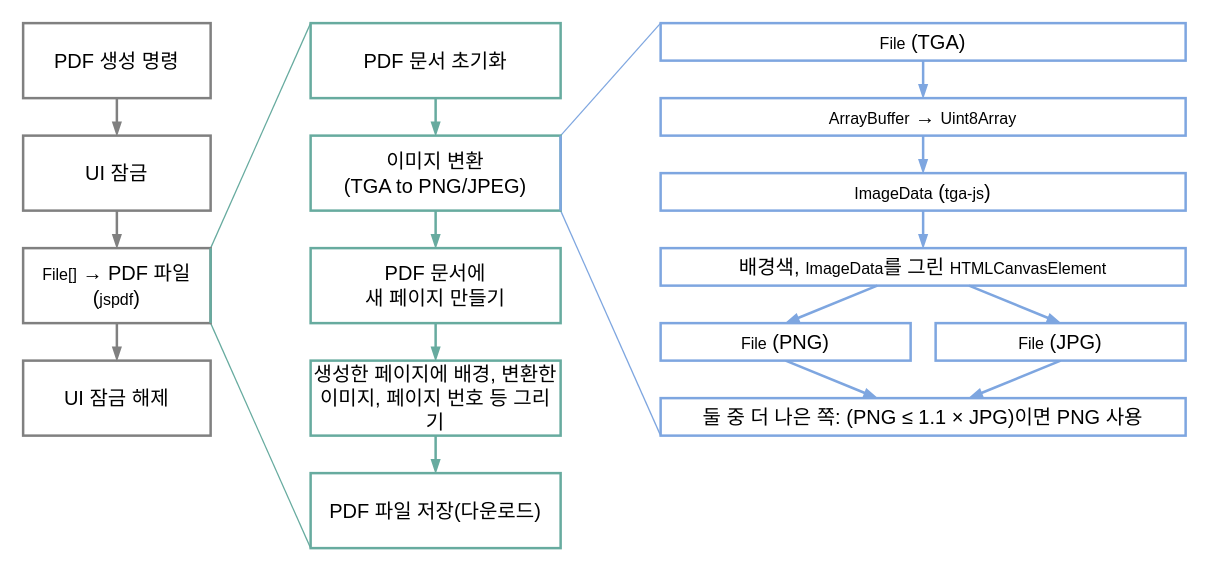
Above: page "pdf-build" (3 of 3) of doc/diagrams.drawio in yejunian/gencg-exported-image-group (draw.io), before the change. Source tidied: cells renumbered, new cells numbered last; positions are measured from the earlier drawing's top-left corner, leaving out a move shared by most shapes. Both pictures are drawn from the tidied source at 125%, with x=0, y=0 at pixel (22, 22).
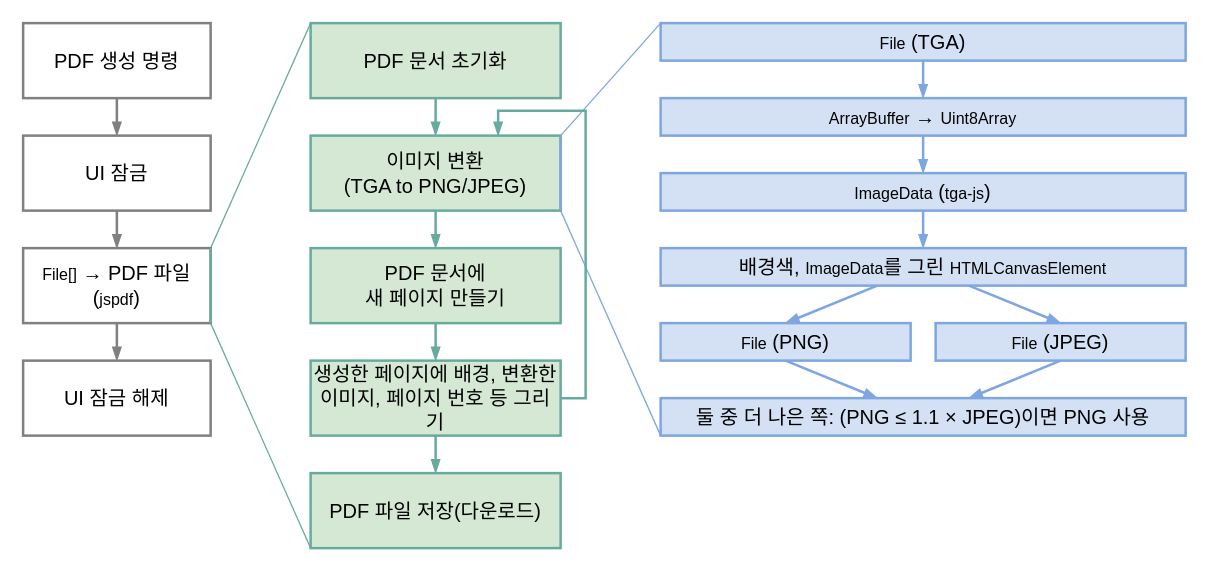
After the change.

Change to the diagram source:
```diff
@@
-    <mxCell id="7" value="PDF 문서 초기화" style="rounded=0;whiteSpace=wrap;html=1;fontFamily=Pretendard;fontSize=16;fontStyle=0;glass=0;shadow=0;backgroundOutline=0;strokeColor=#67AB9F;strokeWidth=2;" parent="1" vertex="1">
+    <mxCell id="7" value="PDF 문서 초기화" style="rounded=0;whiteSpace=wrap;html=1;fontFamily=Pretendard;fontSize=16;fontStyle=0;glass=0;shadow=0;backgroundOutline=0;strokeColor=#67AB9F;strokeWidth=2;fillColor=#D5E8D4;" parent="1" vertex="1">
       <mxGeometry x="230" width="200" height="60" as="geometry" />
     </mxCell>
@@
-    <mxCell id="11" value="이미지 변환&lt;br&gt;(TGA to PNG/JPEG)" style="rounded=0;whiteSpace=wrap;html=1;fontFamily=Pretendard;fontSize=16;fontStyle=0;glass=0;shadow=0;backgroundOutline=0;strokeColor=#67AB9F;strokeWidth=2;" parent="1" vertex="1">
+    <mxCell id="11" value="이미지 변환&lt;br&gt;(TGA to PNG/JPEG)" style="rounded=0;whiteSpace=wrap;html=1;fontFamily=Pretendard;fontSize=16;fontStyle=0;glass=0;shadow=0;backgroundOutline=0;strokeColor=#67AB9F;strokeWidth=2;fillColor=#D5E8D4;" parent="1" vertex="1">
       <mxGeometry x="230" y="90" width="200" height="60" as="geometry" />
     </mxCell>
@@
-    <mxCell id="13" value="PDF 문서에&lt;br&gt;새 페이지 만들기" style="rounded=0;whiteSpace=wrap;html=1;fontFamily=Pretendard;fontSize=16;fontStyle=0;glass=0;shadow=0;backgroundOutline=0;strokeColor=#67AB9F;strokeWidth=2;" parent="1" vertex="1">
+    <mxCell id="13" value="PDF 문서에&lt;br&gt;새 페이지 만들기" style="rounded=0;whiteSpace=wrap;html=1;fontFamily=Pretendard;fontSize=16;fontStyle=0;glass=0;shadow=0;backgroundOutline=0;strokeColor=#67AB9F;strokeWidth=2;fillColor=#D5E8D4;" parent="1" vertex="1">
       <mxGeometry x="230" y="180" width="200" height="60" as="geometry" />
     </mxCell>
@@
+    <mxCell id="38" style="edgeStyle=orthogonalEdgeStyle;rounded=0;jettySize=auto;html=1;exitX=1;exitY=0.5;exitDx=0;exitDy=0;entryX=0.75;entryY=0;entryDx=0;entryDy=0;fontFamily=Pretendard;fontSize=16;endArrow=blockThin;endFill=1;strokeColor=#67AB9F;strokeWidth=2;" parent="1" edge="1" source="15" target="11">
+      <mxGeometry relative="1" as="geometry" />
+    </mxCell>
-    <mxCell id="15" value="생성한 페이지에 배경, 변환한 이미지, 페이지 번호 등 그리기" style="rounded=0;whiteSpace=wrap;html=1;fontFamily=Pretendard;fontSize=16;fontStyle=0;glass=0;shadow=0;backgroundOutline=0;strokeColor=#67AB9F;strokeWidth=2;" parent="1" vertex="1">
+    <mxCell id="15" value="생성한 페이지에 배경, 변환한 이미지, 페이지 번호 등 그리기" style="rounded=0;whiteSpace=wrap;html=1;fontFamily=Pretendard;fontSize=16;fontStyle=0;glass=0;shadow=0;backgroundOutline=0;strokeColor=#67AB9F;strokeWidth=2;fillColor=#D5E8D4;" parent="1" vertex="1">
       <mxGeometry x="230" y="270" width="200" height="60" as="geometry" />
     </mxCell>
-    <mxCell id="16" value="PDF 파일 저장(다운로드)" style="rounded=0;whiteSpace=wrap;html=1;fontFamily=Pretendard;fontSize=16;fontStyle=0;glass=0;shadow=0;backgroundOutline=0;strokeColor=#67AB9F;strokeWidth=2;" parent="1" vertex="1">
+    <mxCell id="16" value="PDF 파일 저장(다운로드)" style="rounded=0;whiteSpace=wrap;html=1;fontFamily=Pretendard;fontSize=16;fontStyle=0;glass=0;shadow=0;backgroundOutline=0;strokeColor=#67AB9F;strokeWidth=2;fillColor=#D5E8D4;" parent="1" vertex="1">
       <mxGeometry x="230" y="360" width="200" height="60" as="geometry" />
     </mxCell>
@@
-    <mxCell id="19" value="&lt;font style=&quot;font-size: 12.8px&quot; face=&quot;Cascadia Code&quot;&gt;File&lt;/font&gt; (TGA)" style="rounded=0;whiteSpace=wrap;html=1;fontFamily=Pretendard;fontSize=16;fontStyle=0;glass=0;shadow=0;backgroundOutline=0;strokeColor=#7EA6E0;strokeWidth=2;" parent="1" vertex="1">
+    <mxCell id="19" value="&lt;font style=&quot;font-size: 12.8px&quot; face=&quot;Cascadia Code&quot;&gt;File&lt;/font&gt; (TGA)" style="rounded=0;whiteSpace=wrap;html=1;fontFamily=Pretendard;fontSize=16;fontStyle=0;glass=0;shadow=0;backgroundOutline=0;strokeColor=#7EA6E0;strokeWidth=2;fillColor=#D4E1F5;" parent="1" vertex="1">
       <mxGeometry x="510" width="420" height="30" as="geometry" />
     </mxCell>
@@
-    <mxCell id="25" value="&lt;font style=&quot;font-size: 12.8px&quot; face=&quot;Cascadia Code&quot;&gt;ImageData&lt;/font&gt; (&lt;font face=&quot;Cascadia Code&quot; style=&quot;font-size: 12.8px&quot;&gt;tga-js&lt;/font&gt;)" style="rounded=0;whiteSpace=wrap;html=1;fontFamily=Pretendard;fontSize=16;fontStyle=0;glass=0;shadow=0;backgroundOutline=0;strokeColor=#7EA6E0;strokeWidth=2;" parent="1" vertex="1">
+    <mxCell id="25" value="&lt;font style=&quot;font-size: 12.8px&quot; face=&quot;Cascadia Code&quot;&gt;ImageData&lt;/font&gt; (&lt;font face=&quot;Cascadia Code&quot; style=&quot;font-size: 12.8px&quot;&gt;tga-js&lt;/font&gt;)" style="rounded=0;whiteSpace=wrap;html=1;fontFamily=Pretendard;fontSize=16;fontStyle=0;glass=0;shadow=0;backgroundOutline=0;strokeColor=#7EA6E0;strokeWidth=2;fillColor=#D4E1F5;" parent="1" vertex="1">
       <mxGeometry x="510" y="120" width="420" height="30" as="geometry" />
     </mxCell>
-    <mxCell id="26" value="배경색, &lt;font style=&quot;font-size: 12.8px&quot; face=&quot;Cascadia Code&quot;&gt;ImageData&lt;/font&gt;를 그린 &lt;font style=&quot;font-size: 12.8px&quot; face=&quot;Cascadia Code&quot;&gt;HTMLCanvasElement&lt;/font&gt;" style="rounded=0;whiteSpace=wrap;html=1;fontFamily=Pretendard;fontSize=16;fontStyle=0;glass=0;shadow=0;backgroundOutline=0;strokeColor=#7EA6E0;strokeWidth=2;" parent="1" vertex="1">
+    <mxCell id="26" value="배경색, &lt;font style=&quot;font-size: 12.8px&quot; face=&quot;Cascadia Code&quot;&gt;ImageData&lt;/font&gt;를 그린 &lt;font style=&quot;font-size: 12.8px&quot; face=&quot;Cascadia Code&quot;&gt;HTMLCanvasElement&lt;/font&gt;" style="rounded=0;whiteSpace=wrap;html=1;fontFamily=Pretendard;fontSize=16;fontStyle=0;glass=0;shadow=0;backgroundOutline=0;strokeColor=#7EA6E0;strokeWidth=2;fillColor=#D4E1F5;" parent="1" vertex="1">
       <mxGeometry x="510" y="180" width="420" height="30" as="geometry" />
     </mxCell>
@@
-    <mxCell id="28" value="&lt;font face=&quot;Cascadia Code&quot; style=&quot;font-size: 12.8px&quot;&gt;ArrayBuffer&lt;/font&gt; → &lt;font face=&quot;Cascadia Code&quot; style=&quot;font-size: 12.8px&quot;&gt;Uint8Array&lt;/font&gt;" style="rounded=0;whiteSpace=wrap;html=1;fontFamily=Pretendard;fontSize=16;fontStyle=0;glass=0;shadow=0;backgroundOutline=0;strokeColor=#7EA6E0;strokeWidth=2;" parent="1" vertex="1">
+    <mxCell id="28" value="&lt;font face=&quot;Cascadia Code&quot; style=&quot;font-size: 12.8px&quot;&gt;ArrayBuffer&lt;/font&gt; → &lt;font face=&quot;Cascadia Code&quot; style=&quot;font-size: 12.8px&quot;&gt;Uint8Array&lt;/font&gt;" style="rounded=0;whiteSpace=wrap;html=1;fontFamily=Pretendard;fontSize=16;fontStyle=0;glass=0;shadow=0;backgroundOutline=0;strokeColor=#7EA6E0;strokeWidth=2;fillColor=#D4E1F5;" parent="1" vertex="1">
       <mxGeometry x="510" y="60" width="420" height="30" as="geometry" />
     </mxCell>
@@
-    <mxCell id="31" value="&lt;font style=&quot;font-size: 12.8px&quot; face=&quot;Cascadia Code&quot;&gt;File&lt;/font&gt; (PNG)" style="rounded=0;whiteSpace=wrap;html=1;fontFamily=Pretendard;fontSize=16;fontStyle=0;glass=0;shadow=0;backgroundOutline=0;strokeColor=#7EA6E0;strokeWidth=2;" parent="1" vertex="1">
+    <mxCell id="31" value="&lt;font style=&quot;font-size: 12.8px&quot; face=&quot;Cascadia Code&quot;&gt;File&lt;/font&gt; (PNG)" style="rounded=0;whiteSpace=wrap;html=1;fontFamily=Pretendard;fontSize=16;fontStyle=0;glass=0;shadow=0;backgroundOutline=0;strokeColor=#7EA6E0;strokeWidth=2;fillColor=#D4E1F5;" parent="1" vertex="1">
       <mxGeometry x="510" y="240" width="200" height="30" as="geometry" />
     </mxCell>
@@
-    <mxCell id="34" value="&lt;font style=&quot;font-size: 12.8px&quot; face=&quot;Cascadia Code&quot;&gt;File&lt;/font&gt; (JPG)" style="rounded=0;whiteSpace=wrap;html=1;fontFamily=Pretendard;fontSize=16;fontStyle=0;glass=0;shadow=0;backgroundOutline=0;strokeColor=#7EA6E0;strokeWidth=2;" parent="1" vertex="1">
+    <mxCell id="34" value="&lt;font style=&quot;font-size: 12.8px&quot; face=&quot;Cascadia Code&quot;&gt;File&lt;/font&gt; (JPEG)" style="rounded=0;whiteSpace=wrap;html=1;fontFamily=Pretendard;fontSize=16;fontStyle=0;glass=0;shadow=0;backgroundOutline=0;strokeColor=#7EA6E0;strokeWidth=2;fillColor=#D4E1F5;" parent="1" vertex="1">
       <mxGeometry x="730" y="240" width="200" height="30" as="geometry" />
     </mxCell>
-    <mxCell id="35" value="둘 중 더 나은 쪽: (PNG ≤ 1.1&amp;nbsp;× JPG)이면 PNG 사용" style="rounded=0;whiteSpace=wrap;html=1;fontFamily=Pretendard;fontSize=16;fontStyle=0;glass=0;shadow=0;backgroundOutline=0;strokeColor=#7EA6E0;strokeWidth=2;" parent="1" vertex="1">
+    <mxCell id="35" value="둘 중 더 나은 쪽: (PNG ≤ 1.1&amp;nbsp;× JPEG)이면 PNG 사용" style="rounded=0;whiteSpace=wrap;html=1;fontFamily=Pretendard;fontSize=16;fontStyle=0;glass=0;shadow=0;backgroundOutline=0;strokeColor=#7EA6E0;strokeWidth=2;fillColor=#D4E1F5;" parent="1" vertex="1">
       <mxGeometry x="510" y="300" width="420" height="30" as="geometry" />
     </mxCell>
```
